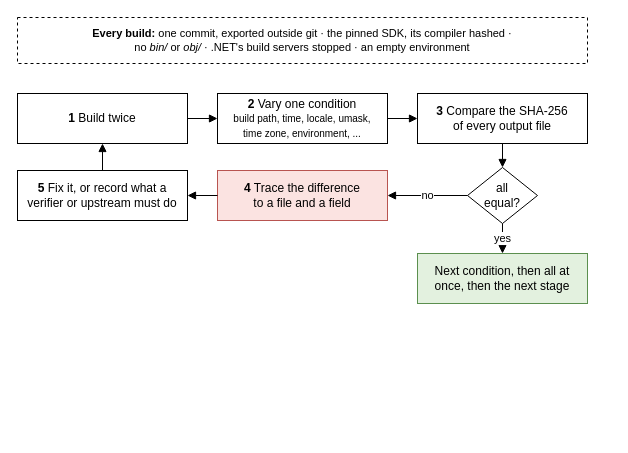
Earlier version of the draw.io diagram 1-ws-pems/figures/rq1-method-loop.drawio (leosakharoff/dotnet-rebuild-experiments). Source tidied: cells renumbered, new cells numbered last; positions are measured from the earlier drawing's top-left corner, leaving out a move shared by most shapes. Both pictures are drawn from the tidied source at 100%, with x=0, y=0 at pixel (17, 17).
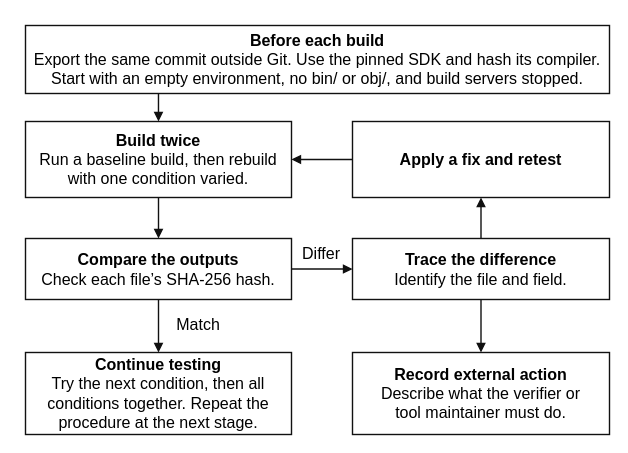
After the change.

Commit message (it also covers changes not shown here):
RQ1 figures redrawn by Codex: vertical, larger text, the release's nine files named in its box

Change to the diagram source:
```diff
@@
 <mxGraphModel background="#FFFFFF">
   <root>
     <mxCell id="0" />
     <mxCell id="1" parent="0" />
-    <mxCell id="2" value="&lt;b&gt;Every build:&lt;/b&gt; one commit, exported outside git · the pinned SDK, its compiler hashed ·&lt;br&gt;no &lt;i&gt;bin/&lt;/i&gt; or &lt;i&gt;obj/&lt;/i&gt; · .NET's build servers stopped · an empty environment" style="rounded=0;whiteSpace=wrap;html=1;fillColor=#FFFFFF;strokeColor=#000000;strokeWidth=1;fontSize=12;fontFamily=Helvetica;fontColor=#000000;dashed=1;fontSize=11;" parent="1" vertex="1">
-      <mxGeometry width="570" height="46" as="geometry" />
-    </mxCell>
-    <mxCell id="3" value="&lt;b&gt;1&lt;/b&gt; Build twice" style="rounded=0;whiteSpace=wrap;html=1;fillColor=#FFFFFF;strokeColor=#000000;strokeWidth=1;fontSize=12;fontFamily=Helvetica;fontColor=#000000;" parent="1" vertex="1">
-      <mxGeometry y="76" width="170" height="50" as="geometry" />
-    </mxCell>
-    <mxCell id="4" value="&lt;b&gt;2&lt;/b&gt; Vary one condition&lt;br&gt;&lt;span style='font-size:10px'&gt;build path, time, locale, umask,&lt;br&gt;time zone, environment, ...&lt;/span&gt;" style="rounded=0;whiteSpace=wrap;html=1;fillColor=#FFFFFF;strokeColor=#000000;strokeWidth=1;fontSize=12;fontFamily=Helvetica;fontColor=#000000;" parent="1" vertex="1">
-      <mxGeometry x="200" y="76" width="170" height="50" as="geometry" />
-    </mxCell>
-    <mxCell id="5" value="&lt;b&gt;3&lt;/b&gt; Compare the SHA-256&lt;br&gt;of every output file" style="rounded=0;whiteSpace=wrap;html=1;fillColor=#FFFFFF;strokeColor=#000000;strokeWidth=1;fontSize=12;fontFamily=Helvetica;fontColor=#000000;" parent="1" vertex="1">
-      <mxGeometry x="400" y="76" width="170" height="50" as="geometry" />
-    </mxCell>
-    <mxCell id="6" value="all&lt;br&gt;equal?" style="rhombus;whiteSpace=wrap;html=1;fillColor=#FFFFFF;strokeColor=#000000;strokeWidth=1;fontSize=12;fontFamily=Helvetica;fontColor=#000000;" parent="1" vertex="1">
-      <mxGeometry x="450" y="150" width="70" height="56" as="geometry" />
-    </mxCell>
-    <mxCell id="7" value="Next condition, then all at&lt;br&gt;once, then the next stage" style="rounded=0;whiteSpace=wrap;html=1;fillColor=#E3F1DF;strokeColor=#5B8F4E;strokeWidth=1;fontSize=12;fontFamily=Helvetica;fontColor=#000000;" parent="1" vertex="1">
-      <mxGeometry x="400" y="236" width="170" height="50" as="geometry" />
-    </mxCell>
-    <mxCell id="8" value="&lt;b&gt;4&lt;/b&gt; Trace the difference&lt;br&gt;to a file and a field" style="rounded=0;whiteSpace=wrap;html=1;fillColor=#FBE3E1;strokeColor=#B85450;strokeWidth=1;fontSize=12;fontFamily=Helvetica;fontColor=#000000;" parent="1" vertex="1">
-      <mxGeometry x="200" y="153" width="170" height="50" as="geometry" />
-    </mxCell>
-    <mxCell id="9" value="&lt;b&gt;5&lt;/b&gt; Fix it, or record what a&lt;br&gt;verifier or upstream must do" style="rounded=0;whiteSpace=wrap;html=1;fillColor=#FFFFFF;strokeColor=#000000;strokeWidth=1;fontSize=12;fontFamily=Helvetica;fontColor=#000000;" parent="1" vertex="1">
-      <mxGeometry y="153" width="170" height="50" as="geometry" />
-    </mxCell>
-    <mxCell id="10" style="edgeStyle=orthogonalEdgeStyle;rounded=0;html=1;endArrow=block;endSize=6;strokeColor=#000000;strokeWidth=1;fontSize=11;fontFamily=Helvetica;fontColor=#000000;" parent="1" edge="1" source="3" target="4">
-      <mxGeometry relative="1" as="geometry" />
-    </mxCell>
-    <mxCell id="11" style="edgeStyle=orthogonalEdgeStyle;rounded=0;html=1;endArrow=block;endSize=6;strokeColor=#000000;strokeWidth=1;fontSize=11;fontFamily=Helvetica;fontColor=#000000;" parent="1" edge="1" source="4" target="5">
-      <mxGeometry relative="1" as="geometry" />
-    </mxCell>
-    <mxCell id="12" style="edgeStyle=orthogonalEdgeStyle;rounded=0;html=1;endArrow=block;endSize=6;strokeColor=#000000;strokeWidth=1;fontSize=11;fontFamily=Helvetica;fontColor=#000000;" parent="1" edge="1" source="5" target="6">
-      <mxGeometry relative="1" as="geometry" />
-    </mxCell>
-    <mxCell id="13" value="yes" style="edgeStyle=orthogonalEdgeStyle;rounded=0;html=1;endArrow=block;endSize=6;strokeColor=#000000;strokeWidth=1;fontSize=11;fontFamily=Helvetica;fontColor=#000000;" parent="1" edge="1" source="6" target="7">
-      <mxGeometry relative="1" as="geometry" />
-    </mxCell>
-    <mxCell id="14" value="no" style="edgeStyle=orthogonalEdgeStyle;rounded=0;html=1;endArrow=block;endSize=6;strokeColor=#000000;strokeWidth=1;fontSize=11;fontFamily=Helvetica;fontColor=#000000;" parent="1" edge="1" source="6" target="8">
-      <mxGeometry relative="1" as="geometry" />
-    </mxCell>
-    <mxCell id="15" style="edgeStyle=orthogonalEdgeStyle;rounded=0;html=1;endArrow=block;endSize=6;strokeColor=#000000;strokeWidth=1;fontSize=11;fontFamily=Helvetica;fontColor=#000000;" parent="1" edge="1" source="8" target="9">
-      <mxGeometry relative="1" as="geometry" />
-    </mxCell>
-    <mxCell id="16" style="edgeStyle=orthogonalEdgeStyle;rounded=0;html=1;endArrow=block;endSize=6;strokeColor=#000000;strokeWidth=1;fontSize=11;fontFamily=Helvetica;fontColor=#000000;" parent="1" edge="1" source="9" target="3">
-      <mxGeometry relative="1" as="geometry" />
-    </mxCell>
+    <mxCell id="17" value="&lt;b&gt;Before each build&lt;/b&gt;&lt;br&gt;Export the same commit outside Git. Use the pinned SDK and hash its compiler.&lt;br&gt;Start with an empty environment, no bin/ or obj/, and build servers stopped." style="rounded=0;html=1;whiteSpace=wrap;align=center;verticalAlign=middle;spacing=4;fontFamily=Helvetica;fontSize=16;fontColor=#000000;fillColor=#ffffff;strokeColor=#111111;strokeWidth=1.4;" parent="1" vertex="1">
+      <mxGeometry x="8" y="8" width="584" height="68" as="geometry" />
+    </mxCell>
+    <mxCell id="18" value="&lt;b&gt;Build twice&lt;/b&gt;&lt;br&gt;Run a baseline build, then rebuild&lt;br&gt;with one condition varied." style="rounded=0;html=1;whiteSpace=wrap;align=center;verticalAlign=middle;spacing=4;fontFamily=Helvetica;fontSize=16;fontColor=#000000;fillColor=#ffffff;strokeColor=#111111;strokeWidth=1.4;" parent="1" vertex="1">
+      <mxGeometry x="8" y="104" width="266" height="76" as="geometry" />
+    </mxCell>
+    <mxCell id="19" value="&lt;b&gt;Compare the outputs&lt;/b&gt;&lt;br&gt;Check each file’s SHA-256 hash." style="rounded=0;html=1;whiteSpace=wrap;align=center;verticalAlign=middle;spacing=4;fontFamily=Helvetica;fontSize=16;fontColor=#000000;fillColor=#ffffff;strokeColor=#111111;strokeWidth=1.4;" parent="1" vertex="1">
+      <mxGeometry x="8" y="221" width="266" height="61" as="geometry" />
+    </mxCell>
+    <mxCell id="20" value="&lt;b&gt;Trace the difference&lt;/b&gt;&lt;br&gt;Identify the file and field." style="rounded=0;html=1;whiteSpace=wrap;align=center;verticalAlign=middle;spacing=4;fontFamily=Helvetica;fontSize=16;fontColor=#000000;fillColor=#ffffff;strokeColor=#111111;strokeWidth=1.4;" parent="1" vertex="1">
+      <mxGeometry x="335" y="221" width="257" height="61" as="geometry" />
+    </mxCell>
+    <mxCell id="21" value="&lt;b&gt;Apply a fix and retest&lt;/b&gt;" style="rounded=0;html=1;whiteSpace=wrap;align=center;verticalAlign=middle;spacing=4;fontFamily=Helvetica;fontSize=16;fontColor=#000000;fillColor=#ffffff;strokeColor=#111111;strokeWidth=1.4;" parent="1" vertex="1">
+      <mxGeometry x="335" y="104" width="257" height="76" as="geometry" />
+    </mxCell>
+    <mxCell id="22" value="&lt;b&gt;Continue testing&lt;/b&gt;&lt;br&gt;Try the next condition, then all&lt;br&gt;conditions together. Repeat the&lt;br&gt;procedure at the next stage." style="rounded=0;html=1;whiteSpace=wrap;align=center;verticalAlign=middle;spacing=4;fontFamily=Helvetica;fontSize=16;fontColor=#000000;fillColor=#ffffff;strokeColor=#111111;strokeWidth=1.4;" parent="1" vertex="1">
+      <mxGeometry x="8" y="335" width="266" height="82" as="geometry" />
+    </mxCell>
+    <mxCell id="23" value="&lt;b&gt;Record external action&lt;/b&gt;&lt;br&gt;Describe what the verifier or&lt;br&gt;tool maintainer must do." style="rounded=0;html=1;whiteSpace=wrap;align=center;verticalAlign=middle;spacing=4;fontFamily=Helvetica;fontSize=16;fontColor=#000000;fillColor=#ffffff;strokeColor=#111111;strokeWidth=1.4;" parent="1" vertex="1">
+      <mxGeometry x="335" y="335" width="257" height="82" as="geometry" />
+    </mxCell>
+    <mxCell id="24" style="edgeStyle=none;rounded=0;html=1;endArrow=block;endFill=1;strokeColor=#111111;strokeWidth=1.4;exitX=0.2277;exitY=1;entryX=0.5;entryY=0;" parent="1" edge="1" source="17" target="18">
+      <mxGeometry relative="1" as="geometry" />
+    </mxCell>
+    <mxCell id="25" style="edgeStyle=none;rounded=0;html=1;endArrow=block;endFill=1;strokeColor=#111111;strokeWidth=1.4;exitX=0.5;exitY=1;entryX=0.5;entryY=0;" parent="1" edge="1" source="18" target="19">
+      <mxGeometry relative="1" as="geometry" />
+    </mxCell>
+    <mxCell id="26" style="edgeStyle=none;rounded=0;html=1;endArrow=block;endFill=1;strokeColor=#111111;strokeWidth=1.4;exitX=1;exitY=0.5;entryX=0;entryY=0.5;" parent="1" edge="1" source="19" target="20">
+      <mxGeometry relative="1" as="geometry" />
+    </mxCell>
+    <mxCell id="27" style="edgeStyle=none;rounded=0;html=1;endArrow=block;endFill=1;strokeColor=#111111;strokeWidth=1.4;exitX=0.5;exitY=0;entryX=0.5;entryY=1;" parent="1" edge="1" source="20" target="21">
+      <mxGeometry relative="1" as="geometry" />
+    </mxCell>
+    <mxCell id="28" style="edgeStyle=none;rounded=0;html=1;endArrow=block;endFill=1;strokeColor=#111111;strokeWidth=1.4;exitX=0;exitY=0.5;entryX=1;entryY=0.5;" parent="1" edge="1" source="21" target="18">
+      <mxGeometry relative="1" as="geometry" />
+    </mxCell>
+    <mxCell id="29" style="edgeStyle=none;rounded=0;html=1;endArrow=block;endFill=1;strokeColor=#111111;strokeWidth=1.4;exitX=0.5;exitY=1;entryX=0.5;entryY=0;" parent="1" edge="1" source="19" target="22">
+      <mxGeometry relative="1" as="geometry" />
+    </mxCell>
+    <mxCell id="30" style="edgeStyle=none;rounded=0;html=1;endArrow=block;endFill=1;strokeColor=#111111;strokeWidth=1.4;exitX=0.5;exitY=1;entryX=0.5;entryY=0;" parent="1" edge="1" source="20" target="23">
+      <mxGeometry relative="1" as="geometry" />
+    </mxCell>
+    <mxCell id="31" value="Differ" style="rounded=0;html=1;whiteSpace=wrap;align=center;verticalAlign=middle;spacing=4;fontFamily=Helvetica;fontSize=16;fontColor=#000000;fillColor=#ffffff;strokeColor=#111111;strokeWidth=1.4;strokeColor=none;fillColor=none;" parent="1" vertex="1">
+      <mxGeometry x="275" y="224" width="58" height="24" as="geometry" />
+    </mxCell>
+    <mxCell id="32" value="Match" style="rounded=0;html=1;whiteSpace=wrap;align=center;verticalAlign=middle;spacing=4;fontFamily=Helvetica;fontSize=16;fontColor=#000000;fillColor=#ffffff;strokeColor=#111111;strokeWidth=1.4;strokeColor=none;fillColor=none;" parent="1" vertex="1">
+      <mxGeometry x="146" y="293" width="70" height="27" as="geometry" />
+    </mxCell>
   </root>
 </mxGraphModel>
```
